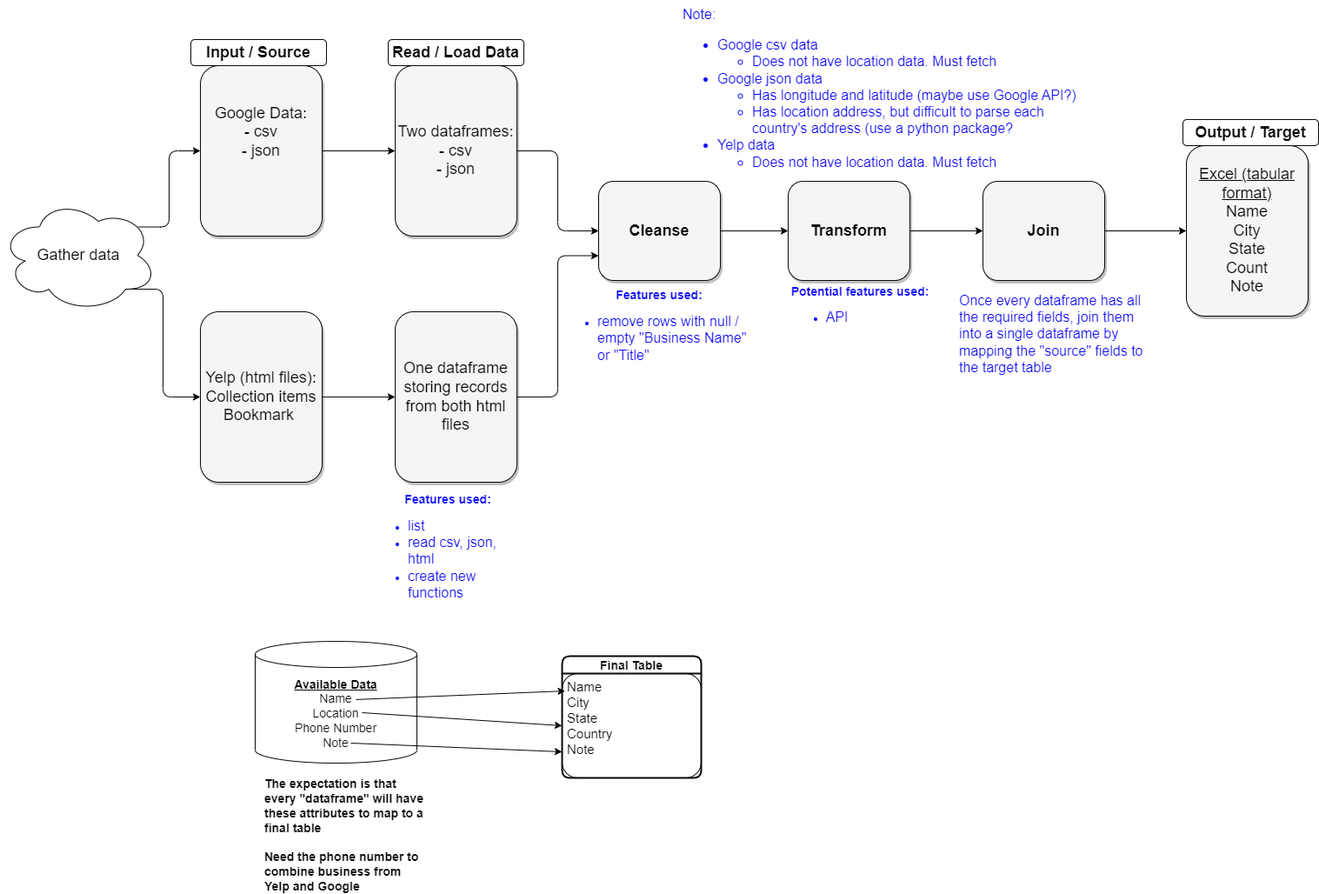
This is diagram.png from mary-vo/my-google-and-yelp-places, a draw.io export, as it was before one commit. Source tidied: cells renumbered, new cells last; positions are measured from the earlier drawing's top-left corner, leaving out a move shared by most shapes.
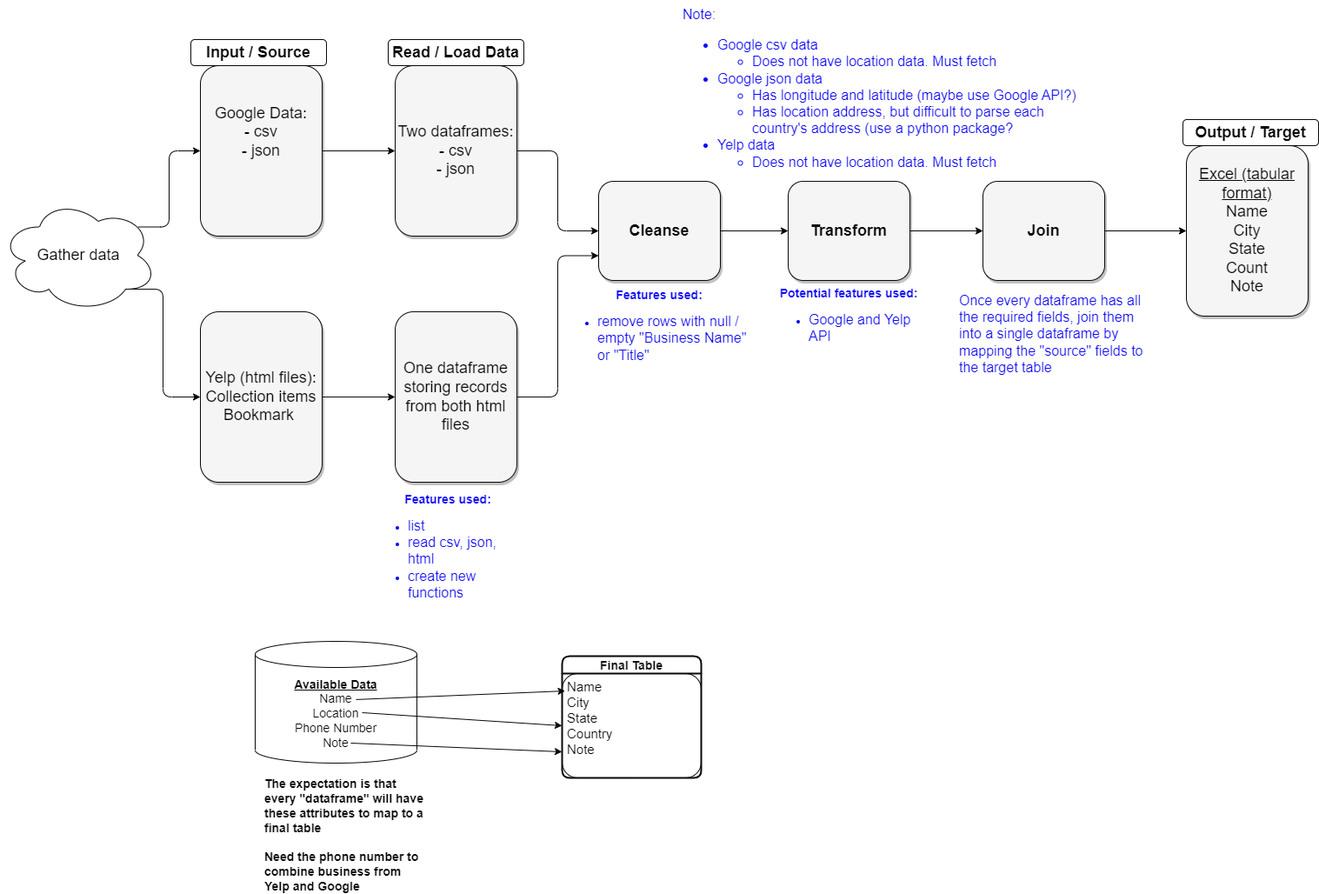
The same diagram one commit later.

What changed in the source:
```diff
@@ -99,8 +99,8 @@
     <mxCell id="32" value="&lt;span style=&quot;font-size: medium;&quot;&gt;Note:&lt;br&gt;&lt;ul&gt;&lt;li&gt;&lt;span style=&quot;font-size: medium;&quot;&gt;Google csv data&lt;br&gt;&lt;/span&gt;&lt;/li&gt;&lt;ul&gt;&lt;li&gt;&lt;span style=&quot;font-size: medium;&quot;&gt;Does not have location data. Must fetch&lt;/span&gt;&lt;/li&gt;&lt;/ul&gt;&lt;li&gt;&lt;span style=&quot;font-size: medium;&quot;&gt;Google json data&lt;/span&gt;&lt;/li&gt;&lt;ul&gt;&lt;li&gt;&lt;span style=&quot;font-size: medium;&quot;&gt;Has longitude and latitude (maybe use Google API?)&lt;br&gt;&lt;/span&gt;&lt;/li&gt;&lt;li&gt;&lt;span style=&quot;font-size: medium;&quot;&gt;Has location address, but difficult to parse each country's address (use a python package?&lt;/span&gt;&lt;/li&gt;&lt;/ul&gt;&lt;li&gt;&lt;span style=&quot;font-size: medium;&quot;&gt;Yelp data&lt;/span&gt;&lt;/li&gt;&lt;ul&gt;&lt;li&gt;&lt;span style=&quot;font-size: medium;&quot;&gt;Does not have location data. Must fetch&lt;/span&gt;&lt;/li&gt;&lt;/ul&gt;&lt;/ul&gt;&lt;/span&gt;" style="text;whiteSpace=wrap;html=1;fontColor=#0e0af5;" parent="1" vertex="1">
       <mxGeometry x="783" width="461" height="84" as="geometry" />
     </mxCell>
-    <mxCell id="33" value="&lt;font style=&quot;font-size: 14px;&quot;&gt;&lt;b&gt;Potential features used:&lt;/b&gt;&lt;br&gt;&lt;/font&gt;&lt;ul&gt;&lt;li style=&quot;text-align: left;&quot;&gt;&lt;font size=&quot;3&quot;&gt;API&lt;/font&gt;&lt;/li&gt;&lt;/ul&gt;" style="text;strokeColor=none;align=center;fillColor=none;html=1;verticalAlign=middle;whiteSpace=wrap;rounded=1;fontColor=#0e0af5;" parent="1" vertex="1">
-      <mxGeometry x="902" y="341" width="174" height="30" as="geometry" />
+    <mxCell id="33" value="&lt;font style=&quot;font-size: 14px;&quot;&gt;&lt;b&gt;Potential features used:&lt;/b&gt;&lt;br&gt;&lt;/font&gt;&lt;ul&gt;&lt;li style=&quot;text-align: left;&quot;&gt;&lt;font size=&quot;3&quot;&gt;Google and Yelp API&lt;/font&gt;&lt;/li&gt;&lt;/ul&gt;" style="text;strokeColor=none;align=center;fillColor=none;html=1;verticalAlign=middle;whiteSpace=wrap;rounded=1;fontColor=#0e0af5;" parent="1" vertex="1">
+      <mxGeometry x="889" y="353" width="174" height="30" as="geometry" />
     </mxCell>
     <mxCell id="34" value="&lt;font size=&quot;3&quot;&gt;Once every dataframe has all the required fields, join them into a single dataframe by mapping the &quot;source&quot; fields to the target table&lt;/font&gt;" style="text;whiteSpace=wrap;html=1;fontColor=#0e0af5;" parent="1" vertex="1">
       <mxGeometry x="1101" y="329" width="216" height="109" as="geometry" />
```
